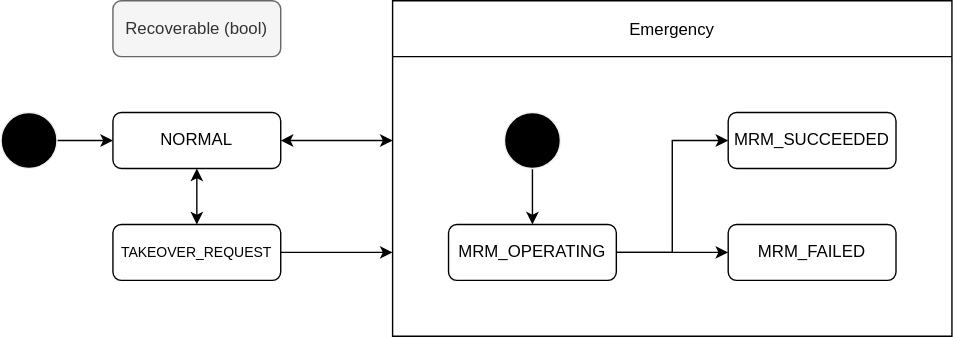
The draw.io diagram docs/design/autoware-interfaces/ad-api/data/fail-safe-state.drawio.svg in tier4/autoware-documentation, before a commit. Source tidied: cells renumbered, new cells last; positions are measured from the earlier drawing's top-left corner, leaving out a move shared by most shapes.
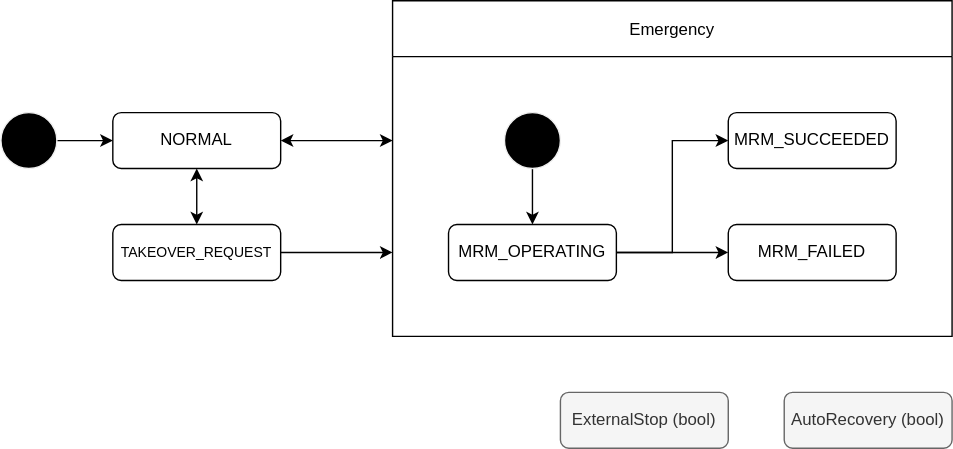
The same diagram one commit later.

Change to the diagram source:
```diff
@@ -54,8 +54,11 @@
     <mxCell id="16" style="shape=ellipse;html=1;fillColor=#000000;fontSize=18;fontColor=#ffffff;strokeColor=#F0F0F0;" parent="9" vertex="1">
       <mxGeometry x="80" y="80" width="40" height="40" as="geometry" />
     </mxCell>
-    <mxCell id="17" value="Recoverable&amp;nbsp;(bool)" style="rounded=1;whiteSpace=wrap;html=1;fillColor=#f5f5f5;fontColor=#333333;strokeColor=#666666;" parent="1" vertex="1">
-      <mxGeometry x="80" width="120" height="40" as="geometry" />
+    <mxCell id="17" value="AutoRecovery (bool)" style="rounded=1;whiteSpace=wrap;html=1;fillColor=#f5f5f5;fontColor=#333333;strokeColor=#666666;" parent="1" vertex="1">
+      <mxGeometry x="560" y="280" width="120" height="40" as="geometry" />
     </mxCell>
+    <mxCell id="18" value="ExternalStop (bool)" style="rounded=1;whiteSpace=wrap;html=1;fillColor=#f5f5f5;fontColor=#333333;strokeColor=#666666;" parent="1" vertex="1">
+      <mxGeometry x="400" y="280" width="120" height="40" as="geometry" />
+    </mxCell>
   </root>
 </mxGraphModel>
```
